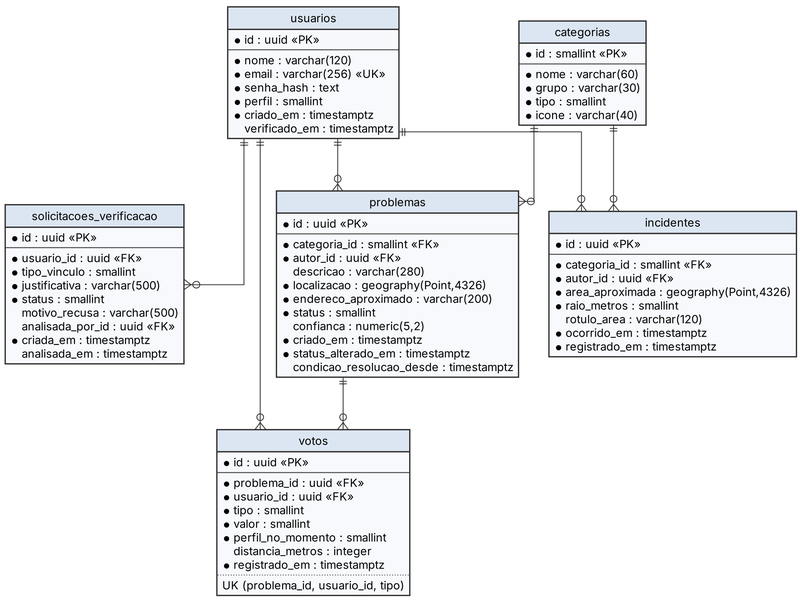
VictorHenriqueTerraCheru/TCC.back keeps this PlantUML diagram as docs/diagramas/03_modelo_dados.png. Above is the earlier version. Its source is kept beside it as docs/diagramas/03_modelo_dados.puml.
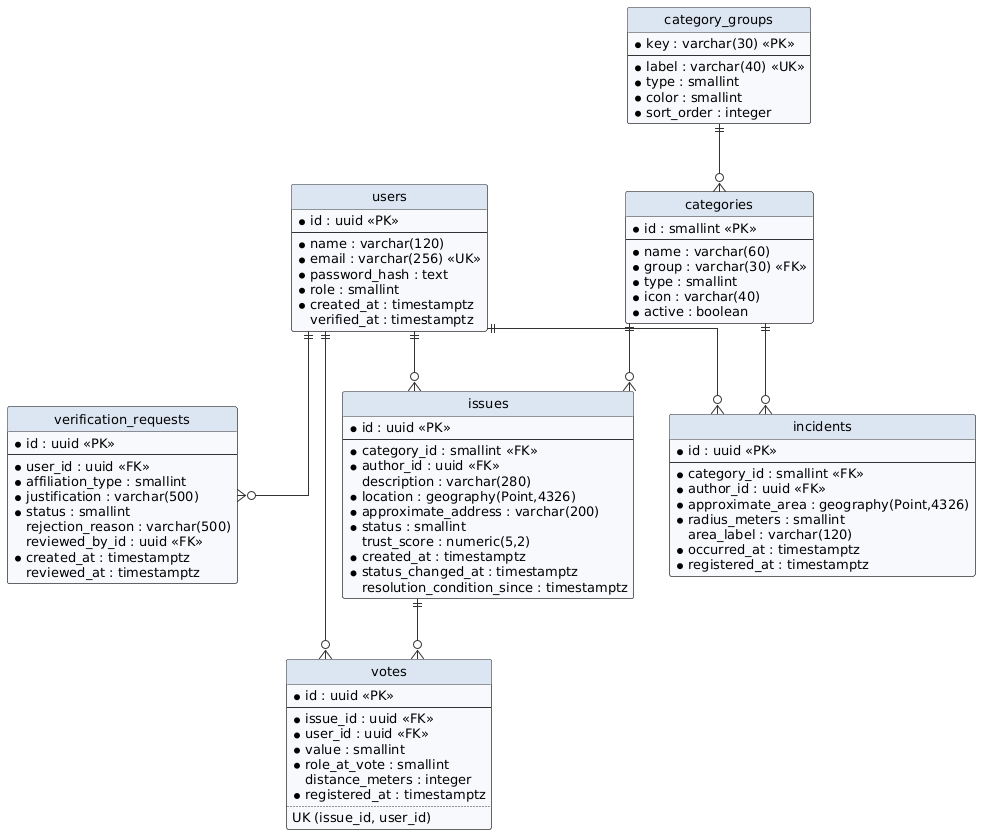
The same file after the commit.

The edit, as a diff of the source:
```diff
@@ -3,81 +3,81 @@
 hide circle
 hide empty methods
 skinparam linetype ortho
-entity "usuarios" as u {
+entity "users" as u {
   * id : uuid <<PK>>
   --
-  * nome : varchar(120)
+  * name : varchar(120)
   * email : varchar(256) <<UK>>
-  * senha_hash : text
-  * perfil : smallint
-  * criado_em : timestamptz
-  verificado_em : timestamptz
+  * password_hash : text
+  * role : smallint
+  * created_at : timestamptz
+  verified_at : timestamptz
 }
-entity "solicitacoes_verificacao" as s {
+entity "verification_requests" as s {
   * id : uuid <<PK>>
   --
-  * usuario_id : uuid <<FK>>
-  * tipo_vinculo : smallint
-  * justificativa : varchar(500)
+  * user_id : uuid <<FK>>
+  * affiliation_type : smallint
+  * justification : varchar(500)
   * status : smallint
-  motivo_recusa : varchar(500)
-  analisada_por_id : uuid <<FK>>
-  * criada_em : timestamptz
-  analisada_em : timestamptz
+  rejection_reason : varchar(500)
+  reviewed_by_id : uuid <<FK>>
+  * created_at : timestamptz
+  reviewed_at : timestamptz
 }
-entity "grupos_categoria" as g {
-  * chave : varchar(30) <<PK>>
+entity "category_groups" as g {
+  * key : varchar(30) <<PK>>
   --
-  * rotulo : varchar(40) <<UK>>
-  * tipo : smallint
-  * cor : smallint
-  * ordem : integer
+  * label : varchar(40) <<UK>>
+  * type : smallint
+  * color : smallint
+  * sort_order : integer
 }
-entity "categorias" as c {
+entity "categories" as c {
   * id : smallint <<PK>>
   --
-  * nome : varchar(60)
-  * grupo : varchar(30) <<FK>>
-  * tipo : smallint
-  * icone : varchar(40)
-  * ativa : boolean
+  * name : varchar(60)
+  * group : varchar(30) <<FK>>
+  * type : smallint
+  * icon : varchar(40)
+  * active : boolean
 }
-entity "problemas" as p {
+entity "issues" as p {
   * id : uuid <<PK>>
   --
-  * categoria_id : smallint <<FK>>
-  * autor_id : uuid <<FK>>
-  descricao : varchar(280)
-  * localizacao : geography(Point,4326)
-  * endereco_aproximado : varchar(200)
+  * category_id : smallint <<FK>>
+  * author_id : uuid <<FK>>
+  description : varchar(280)
+  * location : geography(Point,4326)
+  * approximate_address : varchar(200)
   * status : smallint
-  confianca : numeric(5,2)
-  * criado_em : timestamptz
-  * status_alterado_em : timestamptz
-  condicao_resolucao_desde : timestamptz
+  trust_score : numeric(5,2)
+  * created_at : timestamptz
+  * status_changed_at : timestamptz
+  resolution_condition_since : timestamptz
 }
-entity "votos" as v {
+entity "votes" as v {
   * id : uuid <<PK>>
   --
-  * problema_id : uuid <<FK>>
-  * usuario_id : uuid <<FK>>
-  * valor : smallint
-  * perfil_no_momento : smallint
-  distancia_metros : integer
-  * registrado_em : timestamptz
+  * issue_id : uuid <<FK>>
+  * user_id : uuid <<FK>>
+  * value : smallint
+  * role_at_vote : smallint
+  distance_meters : integer
+  * registered_at : timestamptz
   ..
-  UK (problema_id, usuario_id)
+  UK (issue_id, user_id)
 }
-entity "incidentes" as i {
+entity "incidents" as i {
   * id : uuid <<PK>>
   --
-  * categoria_id : smallint <<FK>>
-  * autor_id : uuid <<FK>>
-  * area_aproximada : geography(Point,4326)
-  * raio_metros : smallint
-  rotulo_area : varchar(120)
-  * ocorrido_em : timestamptz
-  * registrado_em : timestamptz
+  * category_id : smallint <<FK>>
+  * author_id : uuid <<FK>>
+  * approximate_area : geography(Point,4326)
+  * radius_meters : smallint
+  area_label : varchar(120)
+  * occurred_at : timestamptz
+  * registered_at : timestamptz
 }
 u ||--o{ s
 u ||--o{ p
```
